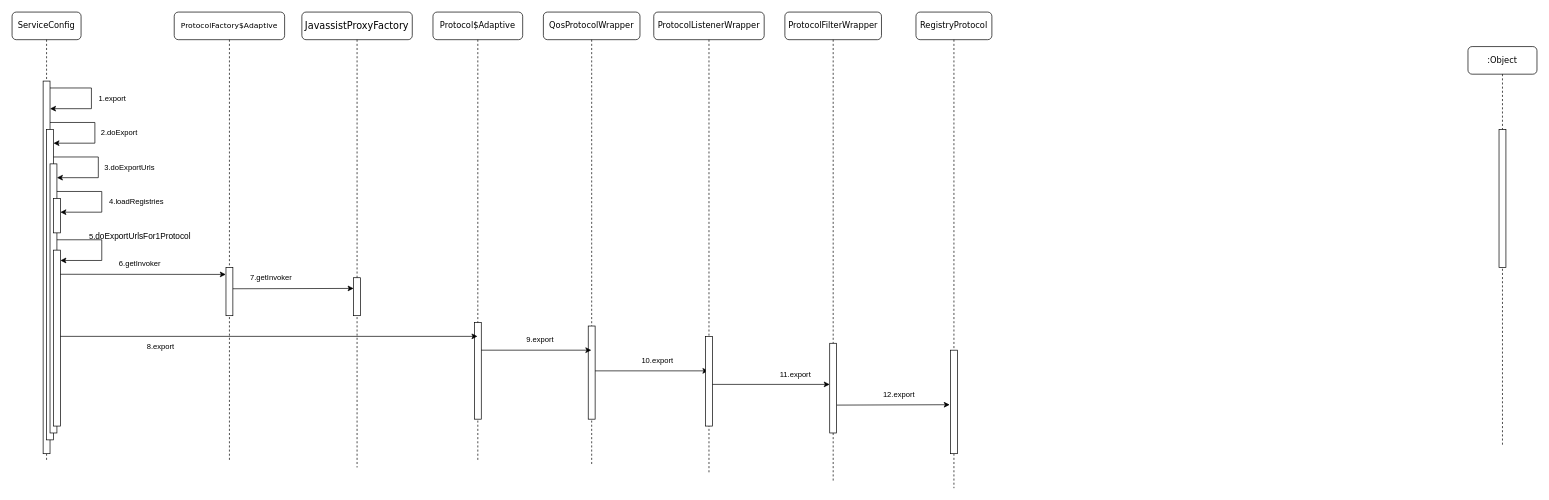
narutomylove/leetcode keeps this draw.io diagram as dubbo服务暴露过程.drawio. Above is the earlier version. Source tidied: cells renumbered, new cells numbered last; positions are measured from the earlier drawing's top-left corner, leaving out a move shared by most shapes. Both pictures are drawn from the tidied source at 69%, with x=0, y=0 at pixel (12, 12).
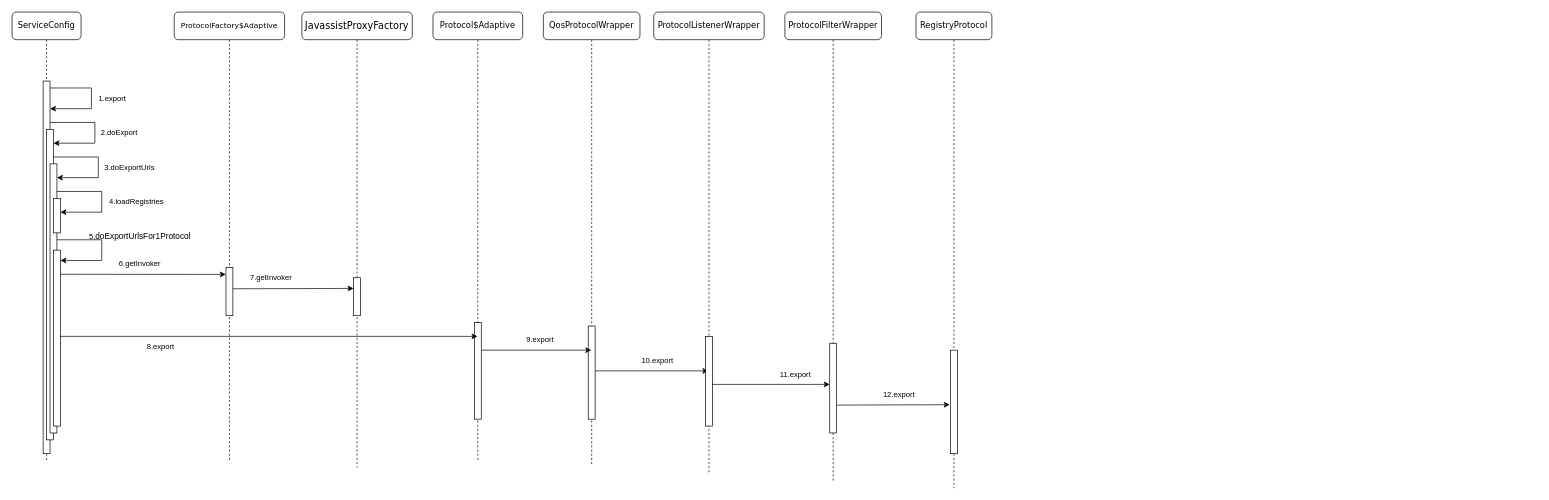
The same page after the edit.

Commit message (it also covers changes not shown here):
dubbo服务暴露过程.drawio

Diff of the diagram source:
```diff
@@
-    <mxCell id="30" value=":Object" style="shape=umlLifeline;perimeter=lifelinePerimeter;whiteSpace=wrap;html=1;rounded=1;shadow=0;comic=0;labelBackgroundColor=none;strokeWidth=1;fontFamily=Verdana;fontSize=12;align=center;" parent="1" vertex="1">
-      <mxGeometry x="2110" y="50" width="100" height="580" as="geometry" />
-    </mxCell>
-    <mxCell id="31" style="html=1;perimeter=orthogonalPerimeter;rounded=0;shadow=0;comic=0;labelBackgroundColor=none;strokeWidth=1;fontFamily=Verdana;fontSize=12;align=center;" parent="30" vertex="1">
-      <mxGeometry x="45" y="120" width="10" height="200" as="geometry" />
-    </mxCell>
```
